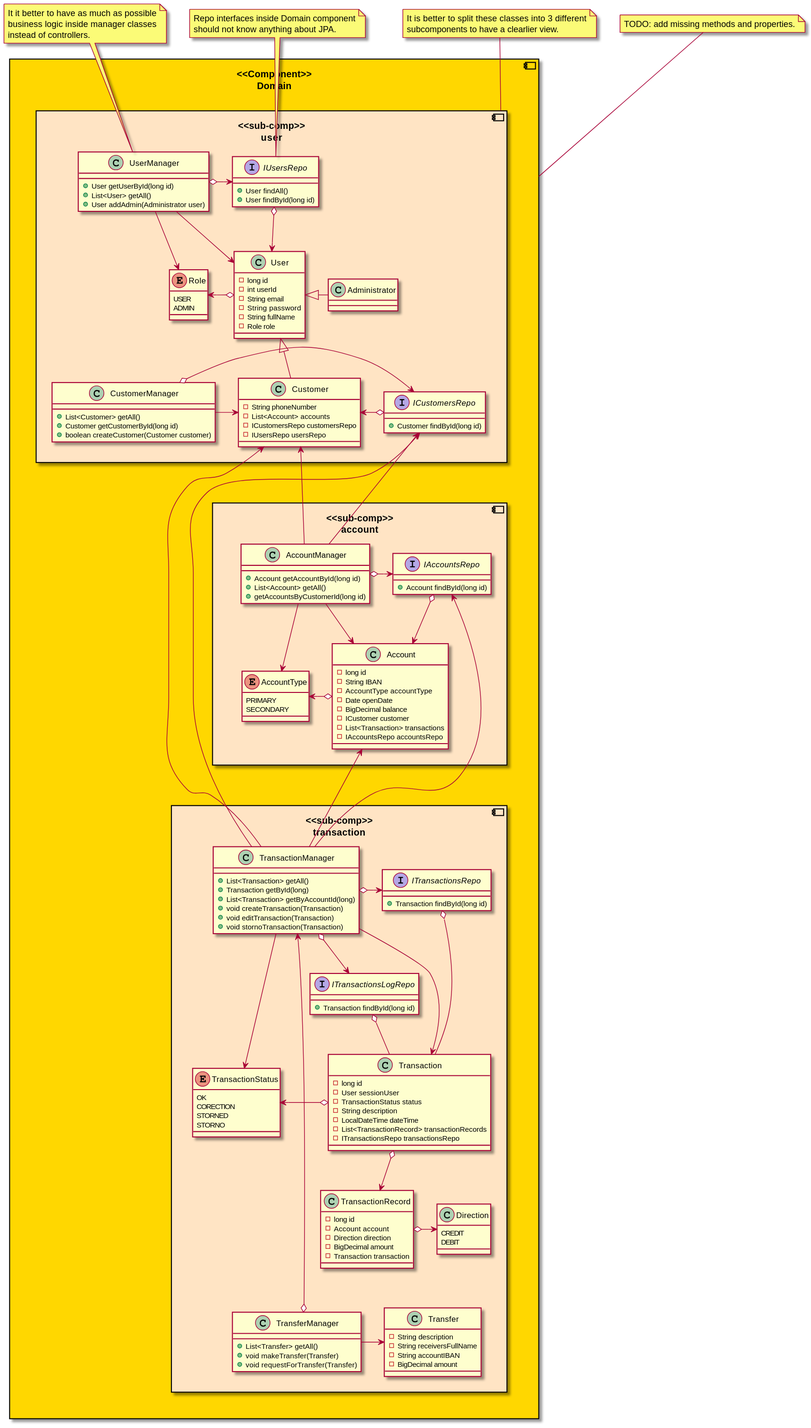
Above: class/ClassDomain.svg in opendemobank/diagrams (PlantUML), before the change. Source of this version:
```plantuml
@startuml ClassDomain

skinparam class {
    BackgroundColor<<Repository>> SkyBlue
    BorderColor<<Repository>> Navy
    BackgroundColor<<Access>> Snow
    BorderColor<<Access>> Plum
    BackgroundColor<<Integration>> SandyBrown
    BorderColor<<Integration>> Tomato
    BackgroundColor<<Domain>> Gold
    BorderColor<<Domain>> Red
}

component "<<Component>>\nDomain" as domain #Gold {

    component "<<sub-comp>>\nuser" as user #Bisque {
        class UserManager {
            + User getUserById(long id)
            + List<User> getAll()
            + User addAdmin(Administrator user)
        }

        interface IUsersRepo {
            + User findAll()
            + User findById(long id)
        }

        class User {
            - long id
            - int userId
            - String email
            - String password
            - String fullName
            - Role role
        }

        class Administrator {

        }

        enum Role {
            USER
            ADMIN
        }

        class CustomerManager {
            + List<Customer> getAll()
            + Customer getCustomerById(long id)
            + boolean createCustomer(Customer customer)
        }

        interface ICustomersRepo {
            + Customer findById(long id)
        }

        class Customer {
            - String phoneNumber
            - List<Account> accounts
            - ICustomersRepo customersRepo
            - IUsersRepo usersRepo
        }

        UserManager ---[hidden]> CustomerManager

        UserManager o-> IUsersRepo
        UserManager --> User
        UserManager --> Role
        User o-> Role

        CustomerManager o-> ICustomersRepo
        CustomerManager -> Customer

        User <|-- Customer
        User <|- Administrator

        IUsersRepo o--> User
        ICustomersRepo o-> Customer

    }

    component "<<sub-comp>>\naccount" as account #Bisque {
        class AccountManager {
            + Account getAccountById(long id)
            + List<Account> getAll()
            + getAccountsByCustomerId(long id)
        }

        interface IAccountsRepo {
            + Account findById(long id)
        }

        class Account {
            - long id
            - String IBAN
            - AccountType accountType
            - Date openDate
            - BigDecimal balance
            - ICustomer customer
            - List<Transaction> transactions
            - IAccountsRepo accountsRepo
        }

        enum AccountType {
            PRIMARY
            SECONDARY
        }

        AccountManager o-> IAccountsRepo
        AccountManager --> Account
        AccountManager --> AccountType

        IAccountsRepo o--> Account
        Account o-> AccountType
    }

    ICustomersRepo <-- AccountManager
    Customer <-- AccountManager

    component "<<sub-comp>>\ntransaction" as transaction #Bisque {
        class TransactionManager {
            + List<Transaction> getAll()
            + Transaction getById(long)
            + List<Transaction> getByAccountId(long)
            + void createTransaction(Transaction)
            + void editTransaction(Transaction)
            + void stornoTransaction(Transaction)
        }

        interface ITransactionsRepo {
            + Transaction findById(long id)
        }

        interface ITransactionsLogRepo {
            + Transaction findById(long id)
        }

        class Transaction {
            - long id
            - User sessionUser
            - TransactionStatus status
            - String description
            - LocalDateTime dateTime
            - List<TransactionRecord> transactionRecords
            - ITransactionsRepo transactionsRepo
        }

        enum TransactionStatus {
            OK
            CORECTION
            STORNED
            STORNO
        }

        class TransactionRecord {
            - long id
            - Account account
            - Direction direction
            - BigDecimal amount
            - Transaction transaction
        }

        class Direction {
            CREDIT
            DEBIT
        }

        class TransferManager {
            + List<Transfer> getAll()
            + void makeTransfer(Transfer)
            + void requestForTransfer(Transfer)
        }

        class Transfer {
            - String description
            - String receiversFullName
            - String accountIBAN
            - BigDecimal amount
        }


        TransactionManager -----[hidden]> TransferManager

        TransactionManager o-> ITransactionsRepo
        TransactionManager o--> ITransactionsLogRepo
        TransactionManager ---> Transaction
        TransactionManager ---> TransactionStatus
        ITransactionsRepo o--- Transaction
        ITransactionsLogRepo o-- Transaction
        Transaction o-> TransactionStatus

        Transaction o--> TransactionRecord
        TransactionRecord o-> Direction

        TransferManager -> Transfer
        TransactionManager <-----o TransferManager
    }

    IAccountsRepo <---- TransactionManager
    Account <--- TransactionManager
    ICustomersRepo <------ TransactionManager
    Customer <------ TransactionManager
}

user -----[hidden]> account
account ----[hidden]> transaction

note as note1
    TODO: add missing methods and properties.
end note

note as note2
    It is better to split these classes into 3 different
    subcomponents to have a clearlier view.
end note

note as note3
    Repo interfaces inside Domain component
    should not know anything about JPA.
end note

note as note4
    It it better to have as much as possible
    business logic inside manager classes
    instead of controllers.
end note

domain -up- note1
user -up- note2
IUsersRepo -up- note3
UserManager -up- note4

@enduml
```
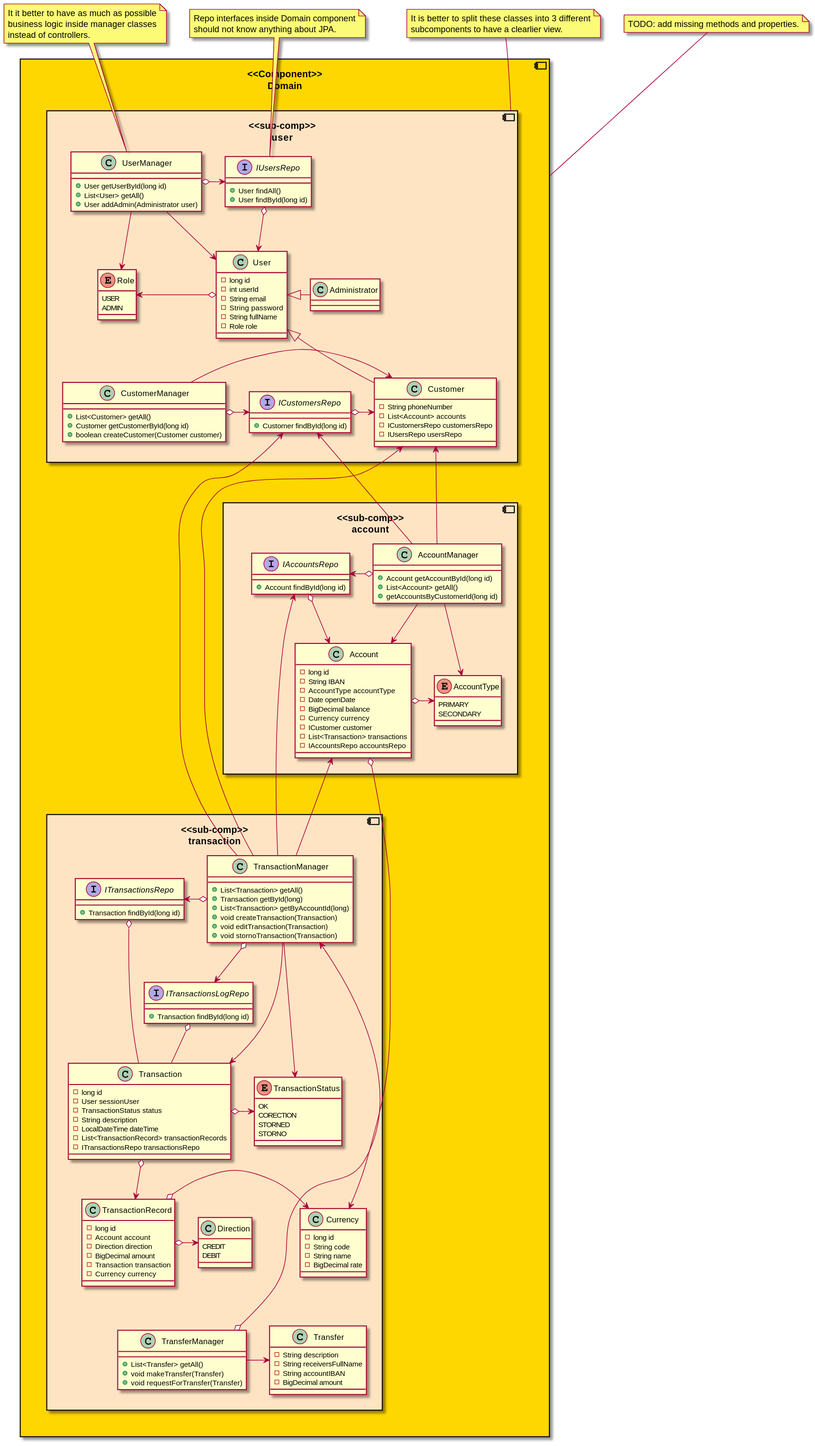
The same file after the commit.

Commit message:
Updated class domain svg

Change to the diagram source:
```diff
@@ -95,6 +95,7 @@
             - AccountType accountType
             - Date openDate
             - BigDecimal balance
+            - Currency currency
             - ICustomer customer
             - List<Transaction> transactions
             - IAccountsRepo accountsRepo
@@ -157,6 +158,7 @@
             - Direction direction
             - BigDecimal amount
             - Transaction transaction
+            - Currency currency
         }
 
         class Direction {
@@ -177,6 +179,13 @@
             - BigDecimal amount
         }
 
+        class Currency {
+            - long id
+            - String code
+            - String name
+            - BigDecimal rate
+        }
+
 
         TransactionManager -----[hidden]> TransferManager
 
@@ -190,6 +199,7 @@
 
         Transaction o--> TransactionRecord
         TransactionRecord o-> Direction
+        Currency <-o TransactionRecord
 
         TransferManager -> Transfer
         TransactionManager <-----o TransferManager
@@ -199,6 +209,7 @@
     Account <--- TransactionManager
     ICustomersRepo <------ TransactionManager
     Customer <------ TransactionManager
+    Account o------> Currency
 }
 
 user -----[hidden]> account
```
